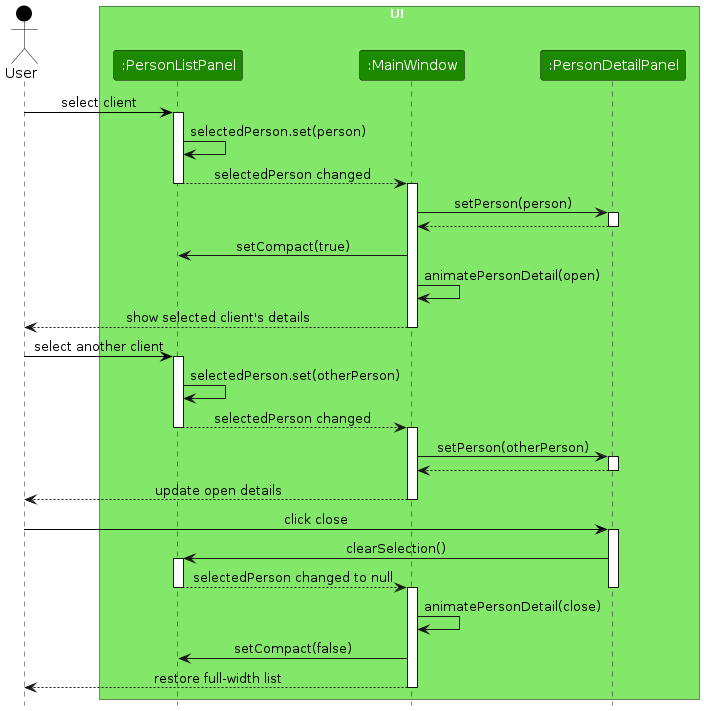
Above: diagrams/ClientDetailSequenceDiagram.png in AY2627S1-CS2103T-T08-4/tp (PlantUML), before the change. Its source is kept beside it as diagrams/ClientDetailSequenceDiagram.puml.
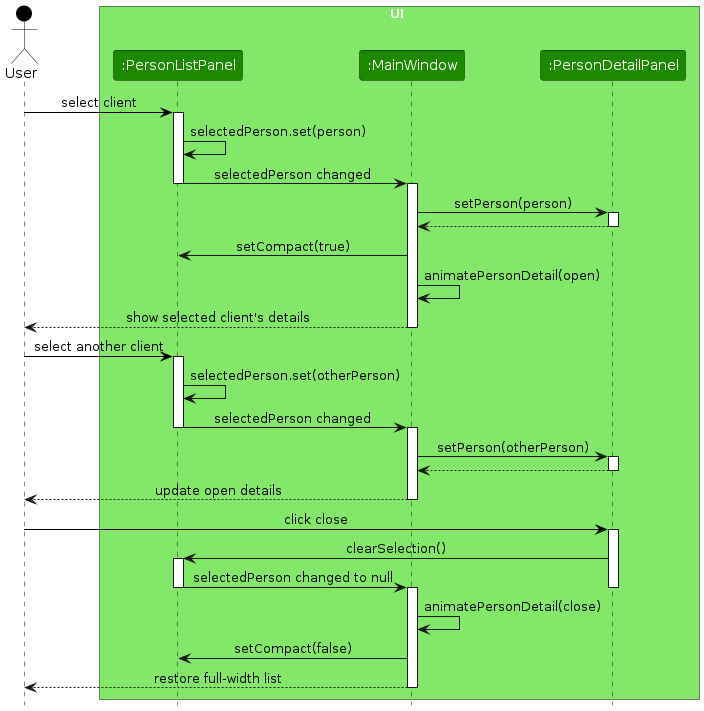
After the commit.

Diff of the diagram source:
```diff
@@ -13,7 +13,7 @@
 user -[USER_COLOR]> PersonListPanel : select client
 activate PersonListPanel
 PersonListPanel -> PersonListPanel : selectedPerson.set(person)
-PersonListPanel --> MainWindow : selectedPerson changed
+PersonListPanel -> MainWindow : selectedPerson changed
 deactivate PersonListPanel
 
 activate MainWindow
@@ -29,7 +29,7 @@
 user -[USER_COLOR]> PersonListPanel : select another client
 activate PersonListPanel
 PersonListPanel -> PersonListPanel : selectedPerson.set(otherPerson)
-PersonListPanel --> MainWindow : selectedPerson changed
+PersonListPanel -> MainWindow : selectedPerson changed
 deactivate PersonListPanel
 
 activate MainWindow
@@ -44,7 +44,7 @@
 activate PersonDetailPanel
 PersonDetailPanel -> PersonListPanel : clearSelection()
 activate PersonListPanel
-PersonListPanel --> MainWindow : selectedPerson changed to null
+PersonListPanel -> MainWindow : selectedPerson changed to null
 deactivate PersonListPanel
 deactivate PersonDetailPanel
 
```
